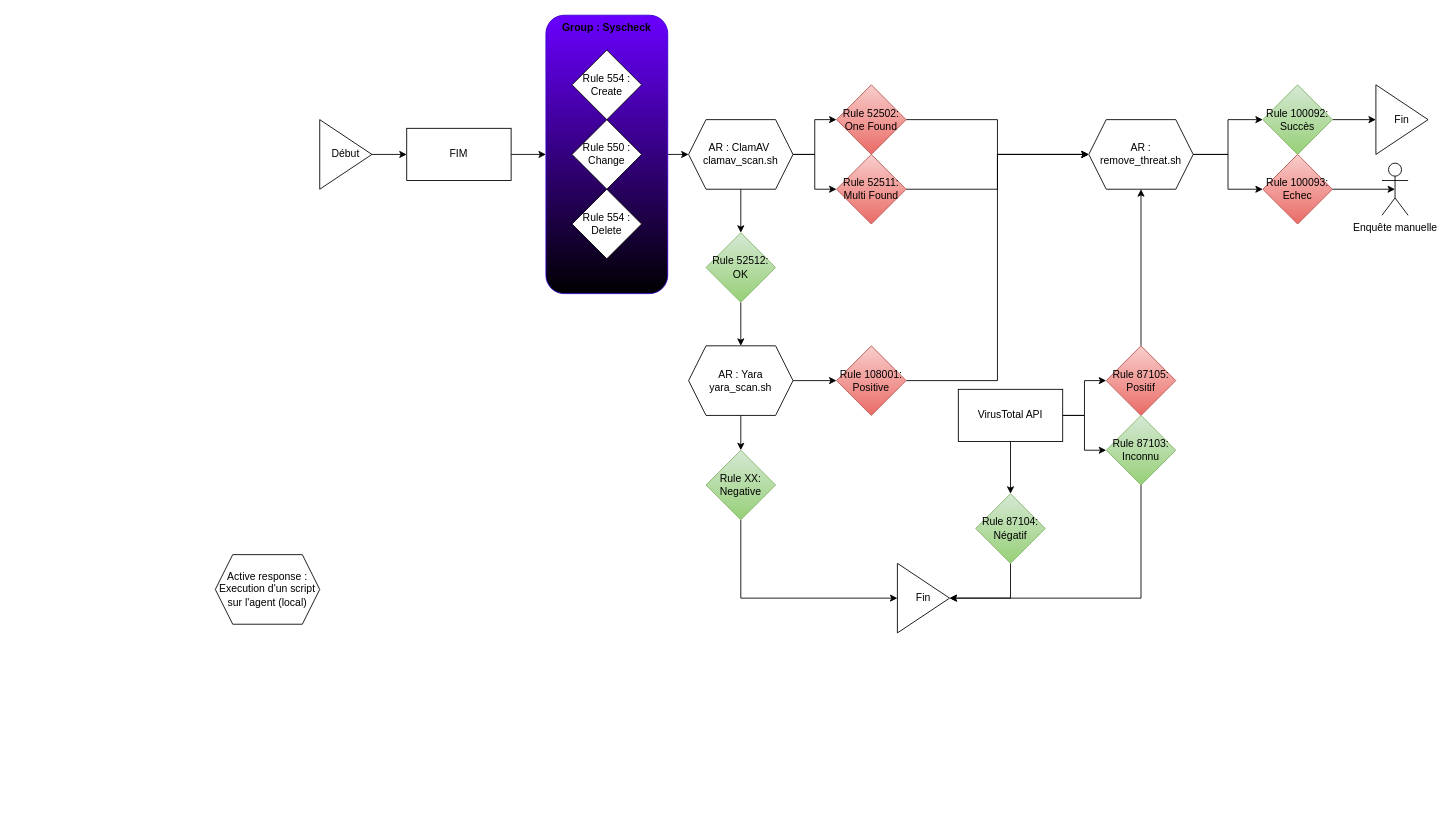
The draw.io diagram Wazuh.drawio in egoMasa/HomeLab, before the edit. Source tidied: cells renumbered, new cells numbered last; positions are measured from the earlier drawing's top-left corner, leaving out a move shared by most shapes. Both pictures are drawn from the tidied source at 87%, with x=0, y=0 at pixel (215, 15).
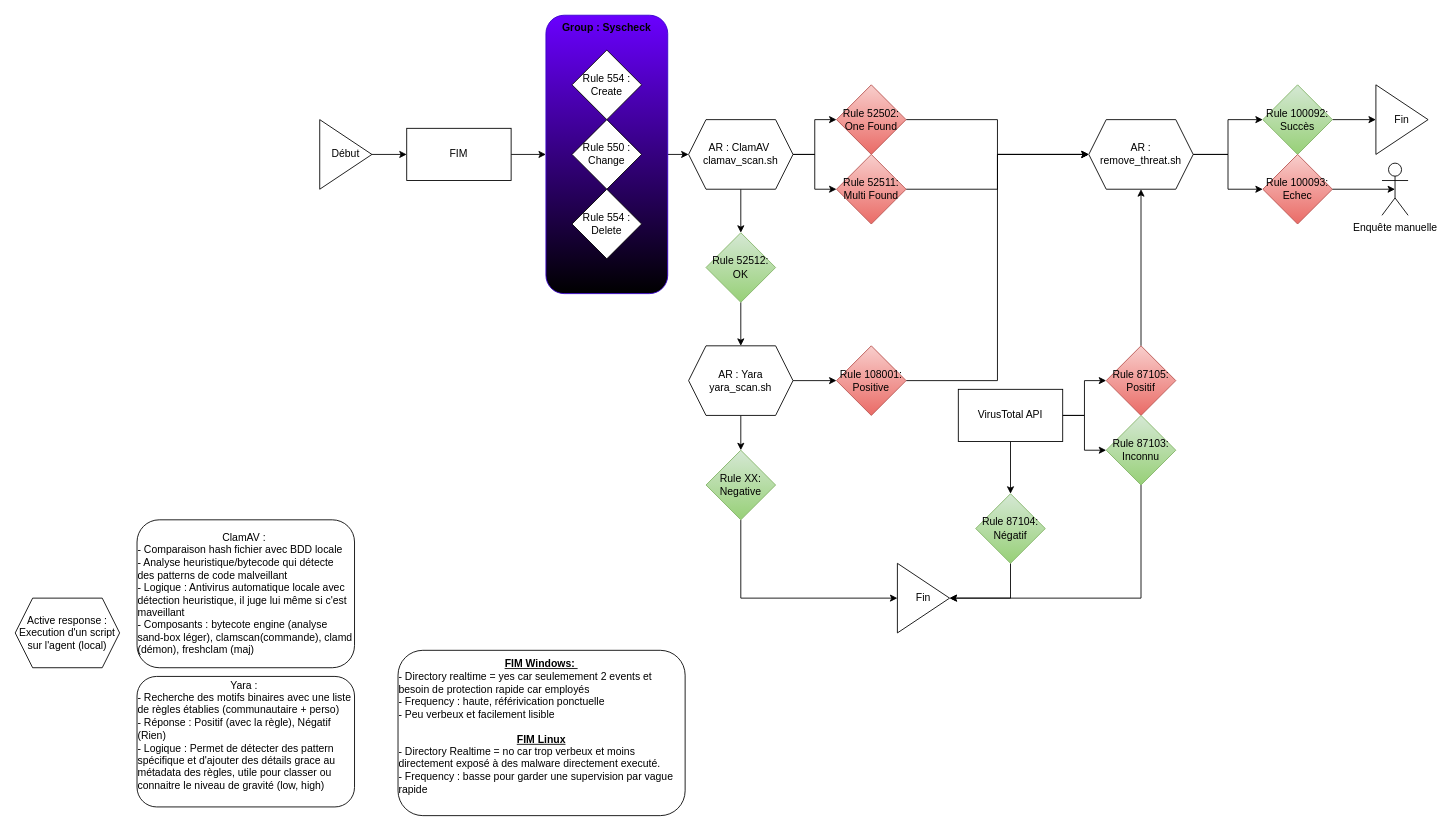
Above is the later version.

Commit message:
Mettre à jour Wazuh.drawio

The edit, as a diff of the source:
```diff
@@
     <mxCell id="44" value="Active response : Execution d'un script sur l'agent (local)" style="shape=hexagon;perimeter=hexagonPerimeter2;whiteSpace=wrap;html=1;fixedSize=1;" parent="1" vertex="1">
-      <mxGeometry y="620" width="120" height="80" as="geometry" />
+      <mxGeometry x="-230" y="670" width="120" height="80" as="geometry" />
     </mxCell>
@@
+    <mxCell id="50" value="ClamAV :&amp;nbsp;&lt;br&gt;&lt;div align=&quot;left&quot;&gt;- Comparaison hash fichier avec BDD locale&lt;/div&gt;&lt;div align=&quot;left&quot;&gt;- Analyse heuristique/bytecode qui détecte des patterns de code malveillant&lt;br&gt;- Logique : Antivirus automatique locale avec détection heuristique, il juge lui même si c'est maveillant&lt;/div&gt;&lt;div align=&quot;left&quot;&gt;- Composants : bytecote engine (analyse sand-box léger), clamscan(commande), clamd (démon), freshclam (maj)&lt;/div&gt;" style="rounded=1;whiteSpace=wrap;html=1;" parent="1" vertex="1">
+      <mxGeometry x="-90" y="580" width="250" height="170" as="geometry" />
+    </mxCell>
+    <mxCell id="51" value="Yara :&amp;nbsp;&lt;br&gt;&lt;div align=&quot;left&quot;&gt;- Recherche des motifs binaires avec une liste de règles établies (communautaire + perso)&lt;/div&gt;&lt;div align=&quot;left&quot;&gt;- Réponse : Positif (avec la règle), Négatif (Rien)&lt;br&gt;- Logique : Permet de détecter des pattern spécifique et d'ajouter des détails grace au métadata des règles, utile pour classer ou connaitre le niveau de gravité (low, high)&lt;/div&gt;&lt;div align=&quot;left&quot;&gt;&lt;br&gt;&lt;/div&gt;" style="rounded=1;whiteSpace=wrap;html=1;" parent="1" vertex="1">
+      <mxGeometry x="-90" y="760" width="250" height="150" as="geometry" />
+    </mxCell>
+    <mxCell id="52" value="&lt;div align=&quot;center&quot;&gt;&lt;u&gt;&lt;b&gt;FIM Windows:&amp;nbsp;&lt;/b&gt;&lt;/u&gt;&lt;br&gt;&lt;/div&gt;&lt;div align=&quot;left&quot;&gt;- Directory realtime = yes car seulemement 2 events et besoin de protection rapide car employés&lt;/div&gt;&lt;div align=&quot;left&quot;&gt;- Frequency : haute, référivication ponctuelle&lt;br&gt;- Peu verbeux et facilement lisible&lt;br&gt;&lt;br&gt;&lt;/div&gt;&lt;div align=&quot;center&quot;&gt;&lt;u&gt;&lt;b&gt;FIM Linux&lt;/b&gt;&lt;/u&gt;&lt;/div&gt;&lt;div align=&quot;left&quot;&gt;- Directory Realtime = no car trop verbeux et moins directement exposé à des malware directement executé.&lt;/div&gt;&lt;div align=&quot;left&quot;&gt;- Frequency : basse pour garder une supervision par vague rapide&amp;nbsp;&lt;/div&gt;&lt;div align=&quot;left&quot;&gt;&lt;br&gt;&lt;/div&gt;" style="rounded=1;whiteSpace=wrap;html=1;" parent="1" vertex="1">
+      <mxGeometry x="210" y="730" width="330" height="190" as="geometry" />
+    </mxCell>
```
